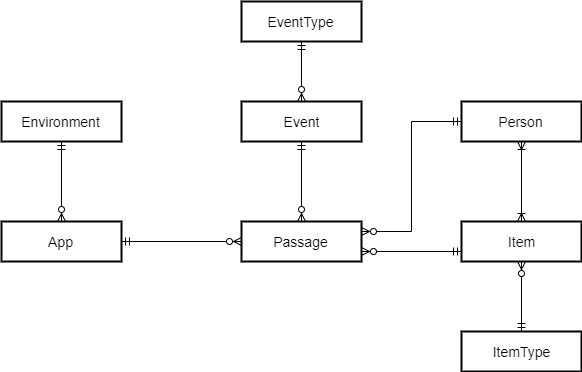
apm1005/TFG keeps this draw.io diagram as documentation/models/db_model-ER.png. Above is the earlier version. Source tidied: cells renumbered, new cells last; positions are measured from the earlier drawing's top-left corner, leaving out a move shared by most shapes.
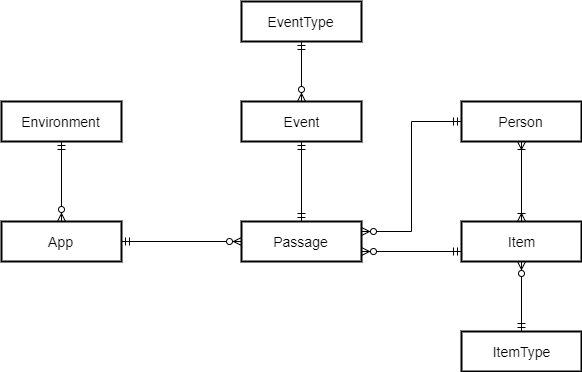
After the commit.

Commit message:
Small data model change

The edit, as a diff of the source:
```diff
@@ -32,7 +32,7 @@
         <mxPoint x="860" y="410" as="sourcePoint" />
       </mxGeometry>
     </mxCell>
-    <mxCell id="7" style="edgeStyle=orthogonalEdgeStyle;rounded=0;jettySize=auto;html=1;exitX=0.5;exitY=1;exitDx=0;exitDy=0;entryX=0.5;entryY=0;entryDx=0;entryDy=0;startArrow=ERmandOne;startFill=0;endArrow=ERzeroToMany;endFill=1;" parent="1" edge="1" source="9" target="14">
+    <mxCell id="7" style="edgeStyle=orthogonalEdgeStyle;rounded=0;jettySize=auto;html=1;exitX=0.5;exitY=1;exitDx=0;exitDy=0;entryX=0.5;entryY=0;entryDx=0;entryDy=0;startArrow=ERmandOne;startFill=0;endArrow=ERmandOne;endFill=0;" parent="1" edge="1" source="9" target="14">
       <mxGeometry relative="1" as="geometry" />
     </mxCell>
     <mxCell id="8" style="edgeStyle=orthogonalEdgeStyle;rounded=0;jettySize=auto;html=1;exitX=0.5;exitY=0;exitDx=0;exitDy=0;entryX=0.5;entryY=1;entryDx=0;entryDy=0;startArrow=ERzeroToMany;startFill=1;endArrow=ERmandOne;endFill=0;" parent="1" edge="1" source="9" target="13">
```
